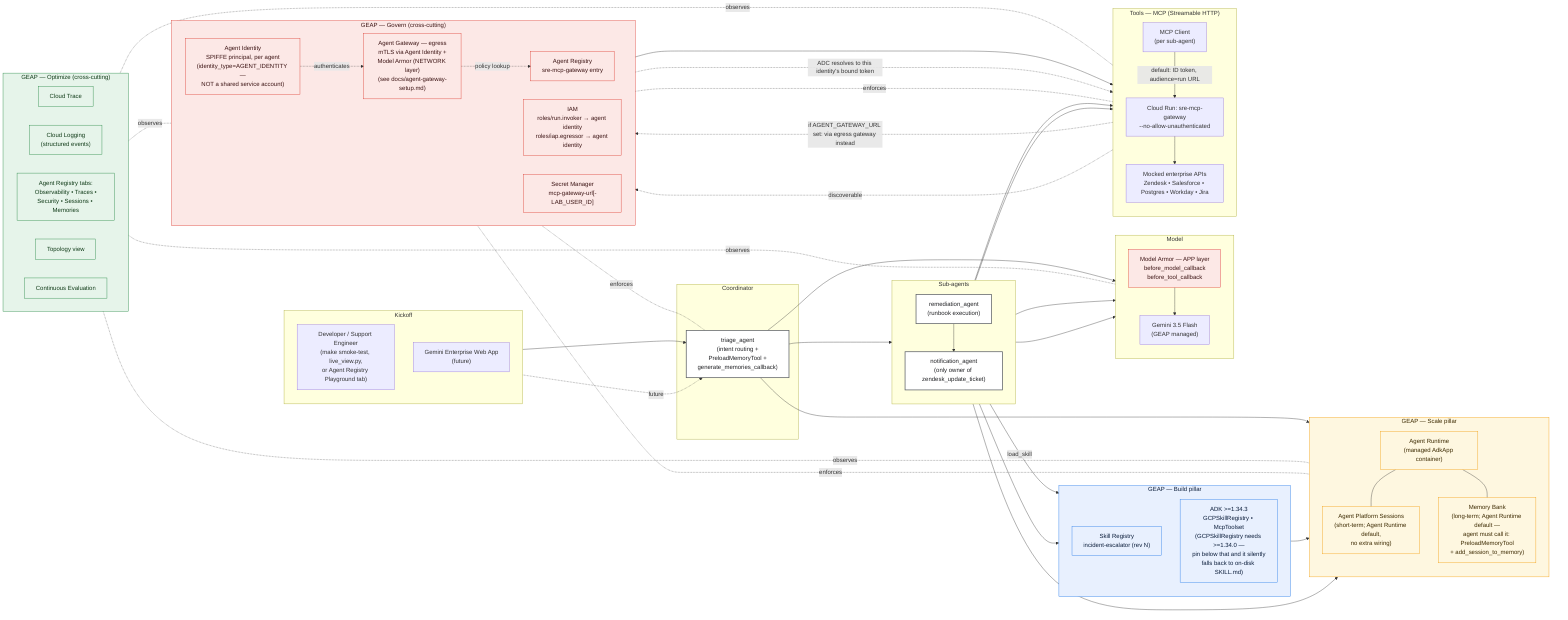
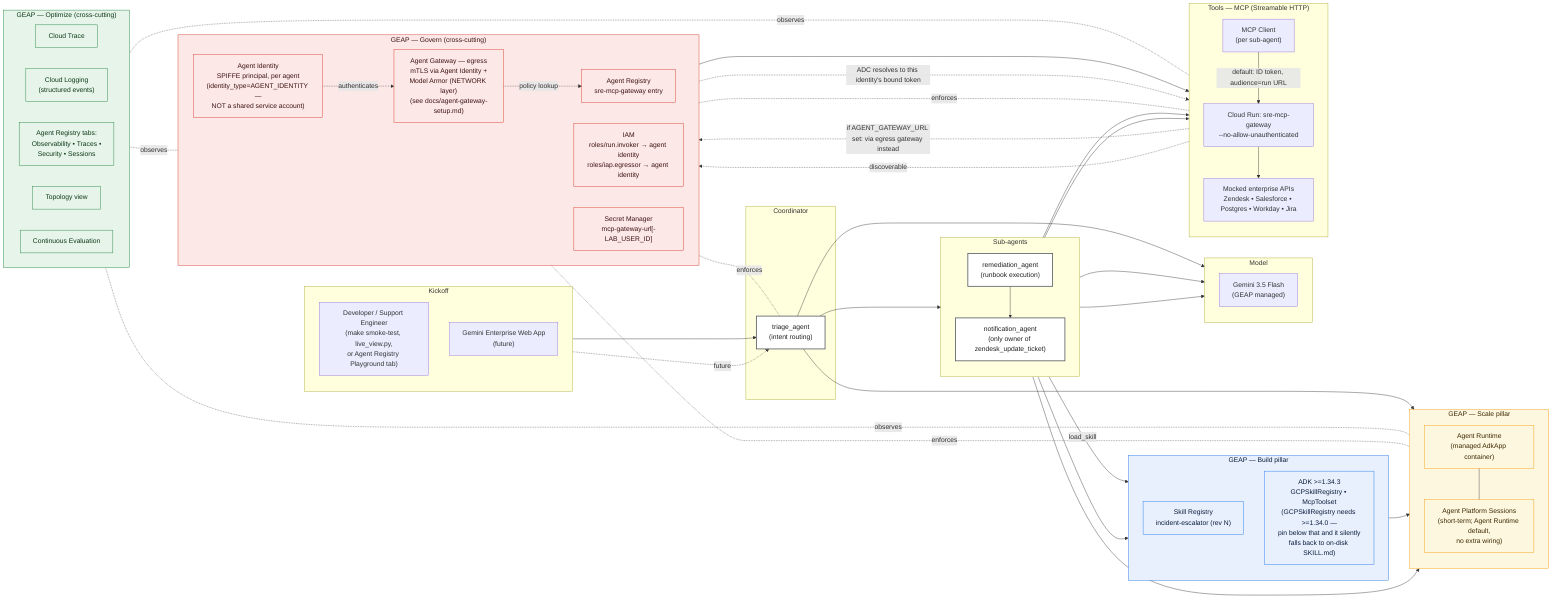
%% L400 Enterprise Support Agent — Reference Architecture
%% Modeled on https://docs.cloud.google.com/architecture/multiagent-ai-system
%% with components named per the Gemini Enterprise Agent Platform (GEAP) taxonomy.
%% Every box here corresponds to a real wired path in code/config — see
%% docs/L400-playbook.md and docs/agent-gateway-setup.md for what's verified
%% vs. what's still a manual setup step (Agent Gateway resource creation).
flowchart LR

  %% ---------- KICKOFF (programmatic) ----------
  subgraph USER["Kickoff"]
    direction TB
    DEV["Developer / Support Engineer<br/>(make smoke-test, live_view.py,<br/>or Agent Registry Playground tab)"]
    WEB["Gemini Enterprise Web App<br/>(future)"]
  end

  %% ---------- COORDINATOR ----------
  subgraph COORD["Coordinator"]
-     TRIAGE["triage_agent<br/>(intent routing +<br/>PreloadMemoryTool +<br/>generate_memories_callback)"]
+     TRIAGE["triage_agent<br/>(intent routing)"]
  end

  %% ---------- SUB-AGENTS ----------
  subgraph SUBS["Sub-agents"]
    direction TB
    REM["remediation_agent<br/>(runbook execution)"]
    NOTIF["notification_agent<br/>(only owner of zendesk_update_ticket)"]
  end

  %% ---------- BUILD PILLAR ----------
  subgraph BUILD["GEAP — Build pillar"]
    direction TB
    SKILL["Skill Registry<br/>incident-escalator (rev N)"]
    ADK["ADK >=1.34.3<br/>GCPSkillRegistry • McpToolset<br/>(GCPSkillRegistry needs >=1.34.0 —<br/>pin below that and it silently<br/>falls back to on-disk SKILL.md)"]
  end

  %% ---------- SCALE PILLAR ----------
  subgraph SCALE["GEAP — Scale pillar"]
    direction TB
    RUNTIME["Agent Runtime<br/>(managed AdkApp container)"]
    SESS["Agent Platform Sessions<br/>(short-term; Agent Runtime default,<br/>no extra wiring)"]
-     MEM["Memory Bank<br/>(long-term; Agent Runtime default —<br/>agent must call it: PreloadMemoryTool<br/>+ add_session_to_memory)"]
  end

-   %% ---------- MODEL + ARMOR (app layer) ----------
+   %% ---------- MODEL ----------
  subgraph MODEL["Model"]
    direction TB
-     ARMOR["Model Armor — APP layer<br/>before_model_callback<br/>before_tool_callback"]
    GEMINI["Gemini 3.5 Flash<br/>(GEAP managed)"]
  end

  %% ---------- TOOLS / MCP ----------
  subgraph TOOLS["Tools — MCP (Streamable HTTP)"]
    direction TB
    MCPCLI["MCP Client<br/>(per sub-agent)"]
    MCPGW["Cloud Run: sre-mcp-gateway<br/>--no-allow-unauthenticated"]
    BACKENDS["Mocked enterprise APIs<br/>Zendesk • Salesforce • Postgres • Workday • Jira"]
  end

  %% ---------- GOVERN BAND ----------
  subgraph GOVERN["GEAP — Govern (cross-cutting)"]
    direction LR
    AID["Agent Identity<br/>SPIFFE principal, per agent<br/>(identity_type=AGENT_IDENTITY —<br/>NOT a shared service account)"]
    AGW["Agent Gateway — egress<br/>mTLS via Agent Identity +<br/>Model Armor (NETWORK layer)<br/>(see docs/agent-gateway-setup.md)"]
    AREG["Agent Registry<br/>sre-mcp-gateway entry"]
    IAM["IAM<br/>roles/run.invoker → agent identity<br/>roles/iap.egressor → agent identity"]
    SECRETS["Secret Manager<br/>mcp-gateway-url[-LAB_USER_ID]"]
  end

  %% ---------- OPTIMIZE BAND ----------
  subgraph OPT["GEAP — Optimize (cross-cutting)"]
    direction LR
    TRACE["Cloud Trace"]
    LOGS["Cloud Logging<br/>(structured events)"]
-     OBS["Agent Registry tabs:<br/>Observability • Traces •<br/>Security • Sessions • Memories"]
+     OBS["Agent Registry tabs:<br/>Observability • Traces •<br/>Security • Sessions"]
    TOPO["Topology view"]
    EVAL["Continuous Evaluation"]
  end

  %% ---------- FLOW ----------
  DEV --> TRIAGE
  WEB -.future.-> TRIAGE
  TRIAGE --> REM
  REM --> NOTIF

  REM -- "load_skill" --> SKILL
  REM --> ADK
  ADK --> RUNTIME
  NOTIF --> RUNTIME
  TRIAGE --> RUNTIME
  RUNTIME --- SESS
-   RUNTIME --- MEM

-   REM --> ARMOR
-   NOTIF --> ARMOR
-   TRIAGE --> ARMOR
-   ARMOR --> GEMINI
+   REM --> GEMINI
+   NOTIF --> GEMINI
+   TRIAGE --> GEMINI

  REM --> MCPCLI
  NOTIF --> MCPCLI
  MCPCLI -- "default: ID token, audience=run URL" --> MCPGW
  MCPCLI -. "if AGENT_GATEWAY_URL set: via egress gateway instead" .-> AGW
  AGW --> MCPGW
  MCPGW --> BACKENDS
  MCPGW -.discoverable.-> AREG
  AGW -.policy lookup.-> AREG
  AID -. "authenticates" .-> AGW
  AID -. "ADC resolves to this identity's bound token" .-> MCPCLI

  %% Cross-cutting bands touch every layer
  GOVERN -. enforces .- RUNTIME
  GOVERN -. enforces .- MCPGW
  GOVERN -. enforces .- TRIAGE
  OPT -. observes .- RUNTIME
  OPT -. observes .- MCPGW
-   OPT -. observes .- ARMOR
  OPT -. observes .- AGW

  classDef build fill:#e8f0fe,stroke:#1a73e8,color:#0b1d3a
  classDef scale fill:#fef7e0,stroke:#f29900,color:#3c2a00
  classDef govern fill:#fce8e6,stroke:#d93025,color:#3c1414
  classDef optimize fill:#e6f4ea,stroke:#188038,color:#0f3a17
  classDef agent fill:#ffffff,stroke:#5f6368,color:#202124,stroke-width:2px

  class BUILD,SKILL,ADK build
-   class SCALE,RUNTIME,SESS,MEM scale
-   class GOVERN,AID,AGW,AREG,IAM,SECRETS,ARMOR govern
+   class SCALE,RUNTIME,SESS scale
+   class GOVERN,AID,AGW,AREG,IAM,SECRETS govern
  class OPT,TRACE,LOGS,OBS,TOPO,EVAL optimize
  class TRIAGE,REM,NOTIF agent
